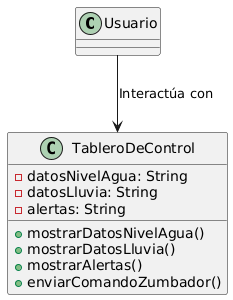
The PlantUML diagram UMLDiagrams/UserInterfaceUML.png in juanpa-corral/challenge3IoT, before a commit. Source of this version:
```plantuml
@startuml
class Usuario {
}

class TableroDeControl {
    - datosNivelAgua: String
    - datosLluvia: String
    - alertas: String
    + mostrarDatosNivelAgua()
    + mostrarDatosLluvia()
    + mostrarAlertas()
    + enviarComandoZumbador()
}

Usuario --> TableroDeControl : Interactúa con
@enduml
```
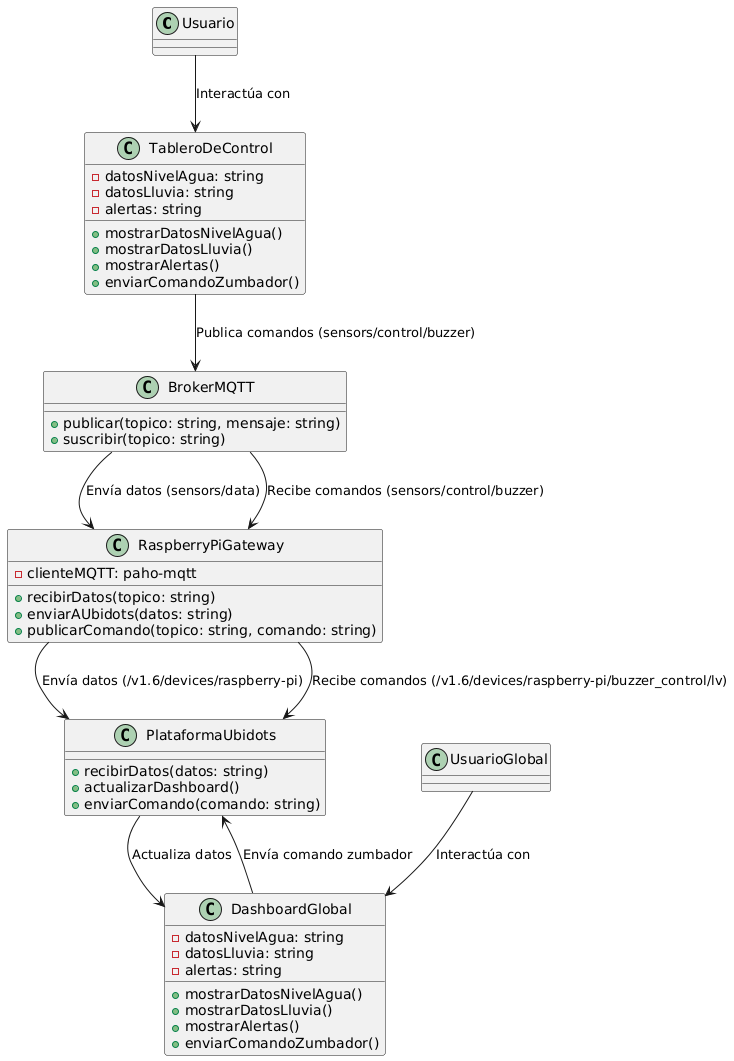
After the commit.

Change to the diagram source:
```diff
@@ -3,14 +3,54 @@
 }
 
 class TableroDeControl {
-    - datosNivelAgua: String
-    - datosLluvia: String
-    - alertas: String
-    + mostrarDatosNivelAgua()
-    + mostrarDatosLluvia()
-    + mostrarAlertas()
-    + enviarComandoZumbador()
+  - datosNivelAgua: string
+  - datosLluvia: string
+  - alertas: string
+  + mostrarDatosNivelAgua()
+  + mostrarDatosLluvia()
+  + mostrarAlertas()
+  + enviarComandoZumbador()
+}
+
+class UsuarioGlobal {
+}
+
+class BrokerMQTT {
+  + publicar(topico: string, mensaje: string)
+  + suscribir(topico: string)
+}
+
+class RaspberryPiGateway {
+  - clienteMQTT: paho-mqtt
+  + recibirDatos(topico: string)
+  + enviarAUbidots(datos: string)
+  + publicarComando(topico: string, comando: string)
+}
+
+class PlataformaUbidots {
+  + recibirDatos(datos: string)
+  + actualizarDashboard()
+  + enviarComando(comando: string)
+}
+
+class DashboardGlobal {
+  - datosNivelAgua: string
+  - datosLluvia: string
+  - alertas: string
+  + mostrarDatosNivelAgua()
+  + mostrarDatosLluvia()
+  + mostrarAlertas()
+  + enviarComandoZumbador()
 }
 
 Usuario --> TableroDeControl : Interactúa con
+
+UsuarioGlobal --> DashboardGlobal : Interactúa con
+TableroDeControl --> BrokerMQTT : Publica comandos (sensors/control/buzzer)
+BrokerMQTT --> RaspberryPiGateway : Envía datos (sensors/data)
+BrokerMQTT --> RaspberryPiGateway : Recibe comandos (sensors/control/buzzer)
+RaspberryPiGateway --> PlataformaUbidots : Envía datos (/v1.6/devices/raspberry-pi)
+RaspberryPiGateway --> PlataformaUbidots : Recibe comandos (/v1.6/devices/raspberry-pi/buzzer_control/lv)
+PlataformaUbidots --> DashboardGlobal : Actualiza datos
+DashboardGlobal --> PlataformaUbidots : Envía comando zumbador
 @enduml
```
